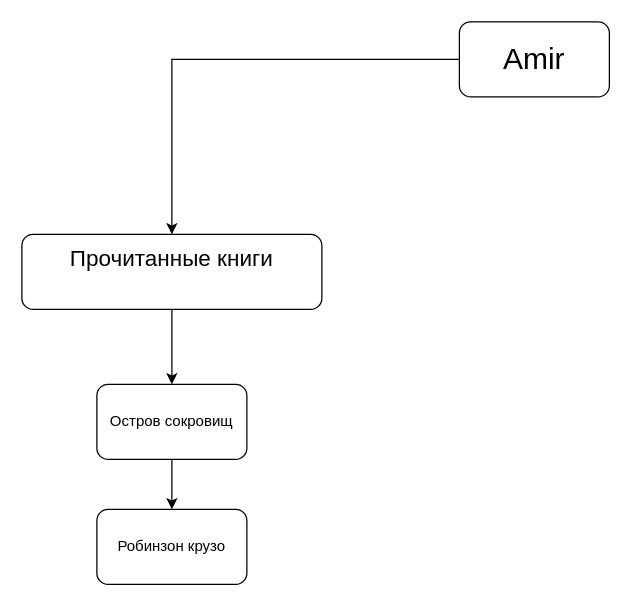
The draw.io diagram Untitled Diagram.drawio in akzanzibar/Eleas, before the edit. Source tidied: cells renumbered, new cells numbered last; positions are measured from the earlier drawing's top-left corner, leaving out a move shared by most shapes. Both pictures are drawn from the tidied source at 125%, with x=0, y=0 at pixel (21, 21).
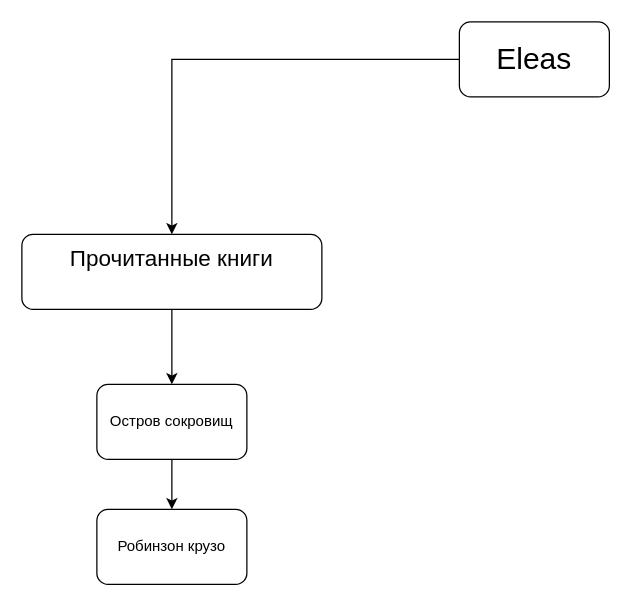
The same diagram, later.

Change to the diagram source:
```diff
@@
 <mxGraphModel>
   <root>
     <mxCell id="0" />
     <mxCell id="1" parent="0" />
     <mxCell id="2" style="ellipse;whiteSpace=wrap;html=1;align=center;fillColor=none;strokeColor=none;perimeter=centerPerimeter;" parent="1" vertex="1">
       <mxGeometry x="390" y="210" width="10" height="10" as="geometry" />
     </mxCell>
     <mxCell id="3" style="edgeStyle=orthogonalEdgeStyle;rounded=0;jettySize=auto;html=1;" parent="1" edge="1" source="4" target="6">
       <mxGeometry relative="1" as="geometry" />
     </mxCell>
-    <mxCell id="4" value="&lt;font style=&quot;font-size: 24px;&quot;&gt;Amir&lt;/font&gt;" style="rounded=1;whiteSpace=wrap;html=1;" parent="1" vertex="1">
+    <mxCell id="4" value="&lt;font style=&quot;font-size: 24px;&quot;&gt;Eleas&lt;/font&gt;" style="rounded=1;whiteSpace=wrap;html=1;" parent="1" vertex="1">
       <mxGeometry x="350" width="120" height="60" as="geometry" />
     </mxCell>
     <mxCell id="5" style="edgeStyle=orthogonalEdgeStyle;rounded=0;jettySize=auto;html=1;" parent="1" edge="1" source="6" target="8">
       <mxGeometry relative="1" as="geometry" />
     </mxCell>
     <mxCell id="6" value="&lt;div&gt;&lt;font style=&quot;font-size: 18px;&quot;&gt;Прочитанные книги&lt;/font&gt;&lt;/div&gt;&lt;div&gt;&lt;font size=&quot;3&quot;&gt;&lt;br&gt;&lt;/font&gt;&lt;/div&gt;" style="whiteSpace=wrap;html=1;rounded=1;" parent="1" vertex="1">
       <mxGeometry y="170" width="240" height="60" as="geometry" />
     </mxCell>
     <mxCell id="7" style="edgeStyle=orthogonalEdgeStyle;rounded=0;jettySize=auto;html=1;" parent="1" edge="1" source="8" target="9">
       <mxGeometry relative="1" as="geometry" />
     </mxCell>
     <mxCell id="8" value="&lt;div&gt;Остров сокровищ&lt;/div&gt;" style="rounded=1;whiteSpace=wrap;html=1;" parent="1" vertex="1">
       <mxGeometry x="60" y="290" width="120" height="60" as="geometry" />
     </mxCell>
     <mxCell id="9" value="&lt;div&gt;Робинзон крузо&lt;/div&gt;" style="whiteSpace=wrap;html=1;rounded=1;" parent="1" vertex="1">
       <mxGeometry x="60" y="390" width="120" height="60" as="geometry" />
     </mxCell>
   </root>
 </mxGraphModel>
```
